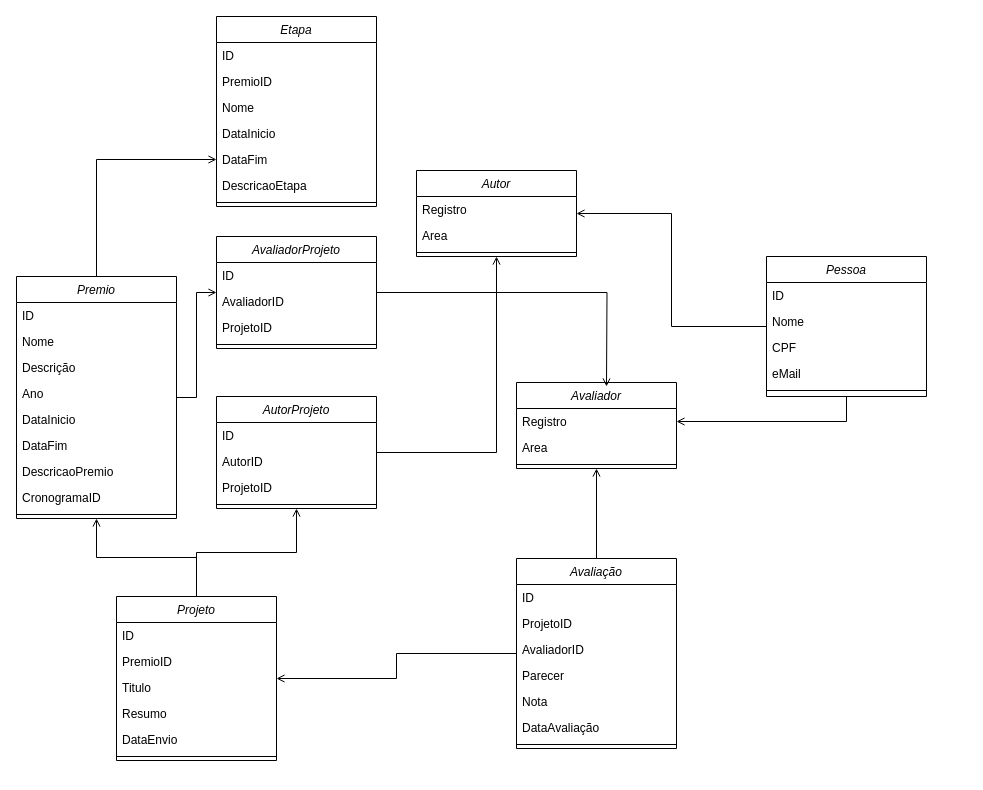
Above: docs/diagrama-de-classe.drawio in CharlesAnjos/SIPA-Backend (draw.io), before the change. Source tidied: cells renumbered, new cells numbered last; positions are measured from the earlier drawing's top-left corner, leaving out a move shared by most shapes. Both pictures are drawn from the tidied source at 100%, with x=0, y=0 at pixel (16, 16).
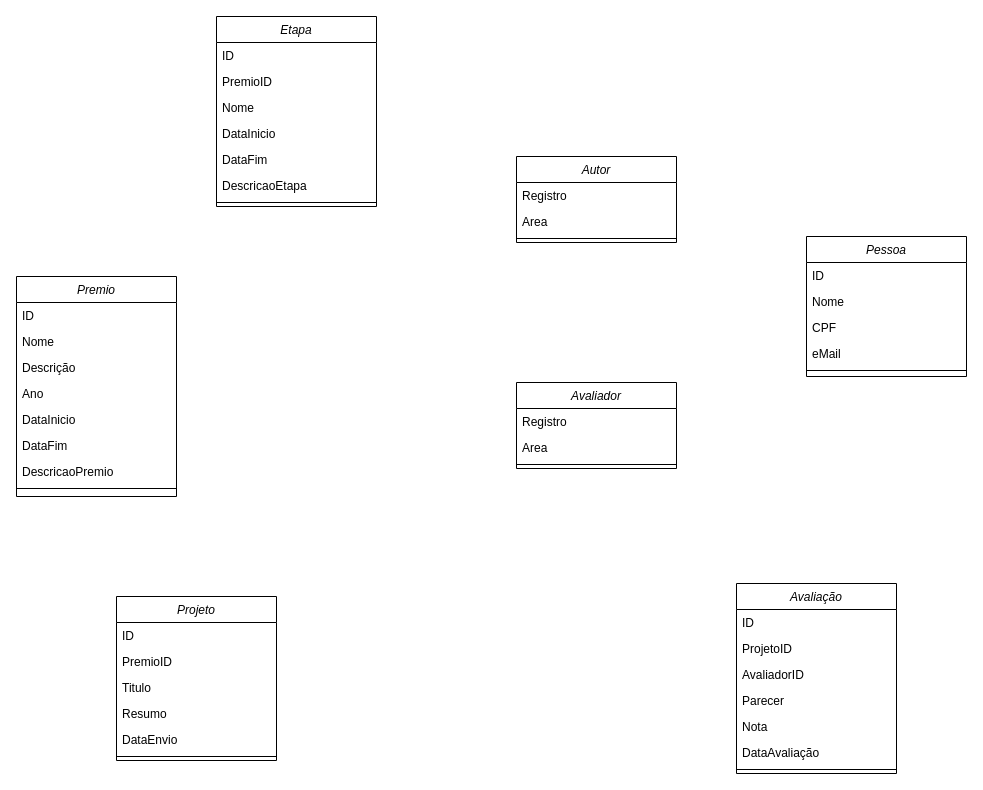
The same page after the edit.

The change refers to these unchanged cells:
```xml
<mxCell id="19" value="DataFim" style="text;align=left;verticalAlign=top;spacingLeft=4;spacingRight=4;overflow=hidden;points=[[0,0.5],[1,0.5]];portConstraint=eastwest;rounded=0;shadow=0;html=0;" parent="14" vertex="1">
  <mxGeometry y="130" width="160" height="26" as="geometry" />
</mxCell>
<mxCell id="34" value="Avaliador" style="swimlane;fontStyle=2;align=center;verticalAlign=top;horizontal=1;startSize=26;rounded=0;shadow=0;strokeWidth=1;" parent="1" vertex="1">
  <mxGeometry x="500" y="366" width="160" height="86" as="geometry" />
</mxCell>
<mxCell id="35" value="Registro" style="text;align=left;verticalAlign=top;spacingLeft=4;spacingRight=4;overflow=hidden;points=[[0,0.5],[1,0.5]];portConstraint=eastwest;rounded=0;shadow=0;html=0;" parent="34" vertex="1">
  <mxGeometry y="26" width="160" height="26" as="geometry" />
</mxCell>
<mxCell id="46" value="Projeto" style="swimlane;fontStyle=2;align=center;verticalAlign=top;horizontal=1;startSize=26;rounded=0;shadow=0;strokeWidth=1;" parent="1" vertex="1">
  <mxGeometry x="100" y="580" width="160" height="164" as="geometry" />
</mxCell>
```

What changed in the source:
```diff
@@
-    <mxCell id="2" style="edgeStyle=orthogonalEdgeStyle;rounded=0;jettySize=auto;html=1;endArrow=open;endFill=0;" parent="1" edge="1" source="4" target="19">
-      <mxGeometry relative="1" as="geometry" />
-    </mxCell>
-    <mxCell id="3" style="edgeStyle=orthogonalEdgeStyle;rounded=0;jettySize=auto;html=1;endArrow=open;endFill=0;" parent="1" edge="1" source="4" target="39">
-      <mxGeometry relative="1" as="geometry" />
-    </mxCell>
     <mxCell id="4" value="Premio" style="swimlane;fontStyle=2;align=center;verticalAlign=top;horizontal=1;startSize=26;rounded=0;shadow=0;strokeWidth=1;" parent="1" vertex="1">
-      <mxGeometry y="260" width="160" height="242" as="geometry" />
+      <mxGeometry y="260" width="160" height="220" as="geometry" />
     </mxCell>
@@
-    <mxCell id="12" value="CronogramaID" style="text;align=left;verticalAlign=top;spacingLeft=4;spacingRight=4;overflow=hidden;rounded=0;shadow=0;html=0;" parent="4" vertex="1">
-      <mxGeometry y="208" width="160" height="26" as="geometry" />
-    </mxCell>
     <mxCell id="13" style="line;html=1;strokeWidth=1;align=left;verticalAlign=middle;spacingTop=-1;spacingLeft=3;spacingRight=3;labelPosition=right;" parent="4" vertex="1">
-      <mxGeometry y="234" width="160" height="8" as="geometry" />
+      <mxGeometry y="208" width="160" height="8" as="geometry" />
     </mxCell>
@@
-    <mxCell id="22" style="edgeStyle=orthogonalEdgeStyle;rounded=0;jettySize=auto;html=1;endArrow=open;endFill=0;" parent="1" edge="1" source="24" target="30">
-      <mxGeometry relative="1" as="geometry" />
-    </mxCell>
-    <mxCell id="23" style="edgeStyle=orthogonalEdgeStyle;rounded=0;jettySize=auto;html=1;endArrow=open;endFill=0;entryX=1;entryY=0.5;entryDx=0;entryDy=0;" parent="1" edge="1" source="24" target="35">
-      <mxGeometry relative="1" as="geometry" />
-    </mxCell>
     <mxCell id="24" value="Pessoa" style="swimlane;fontStyle=2;align=center;verticalAlign=top;horizontal=1;startSize=26;rounded=0;shadow=0;strokeWidth=1;" parent="1" vertex="1">
-      <mxGeometry x="750" y="240" width="160" height="140" as="geometry" />
+      <mxGeometry x="790" y="220" width="160" height="140" as="geometry" />
     </mxCell>
@@
     <mxCell id="30" value="Autor" style="swimlane;fontStyle=2;align=center;verticalAlign=top;horizontal=1;startSize=26;rounded=0;shadow=0;strokeWidth=1;" parent="1" vertex="1">
-      <mxGeometry x="400" y="154" width="160" height="86" as="geometry" />
+      <mxGeometry x="500" y="140" width="160" height="86" as="geometry" />
     </mxCell>
@@
-    <mxCell id="38" style="edgeStyle=orthogonalEdgeStyle;rounded=0;jettySize=auto;html=1;endArrow=open;endFill=0;" parent="1" edge="1" source="39">
-      <mxGeometry relative="1" as="geometry">
-        <mxPoint x="590" y="370" as="targetPoint" />
-      </mxGeometry>
-    </mxCell>
-    <mxCell id="39" value="AvaliadorProjeto" style="swimlane;fontStyle=2;align=center;verticalAlign=top;horizontal=1;startSize=26;rounded=0;shadow=0;strokeWidth=1;" parent="1" vertex="1">
-      <mxGeometry x="200" y="220" width="160" height="112" as="geometry" />
-    </mxCell>
-    <mxCell id="40" value="ID" style="text;align=left;verticalAlign=top;spacingLeft=4;spacingRight=4;overflow=hidden;rounded=0;shadow=0;html=0;" parent="39" vertex="1">
-      <mxGeometry y="26" width="160" height="26" as="geometry" />
-    </mxCell>
-    <mxCell id="41" value="AvaliadorID" style="text;align=left;verticalAlign=top;spacingLeft=4;spacingRight=4;overflow=hidden;rounded=0;shadow=0;html=0;" parent="39" vertex="1">
-      <mxGeometry y="52" width="160" height="26" as="geometry" />
-    </mxCell>
-    <mxCell id="42" value="ProjetoID" style="text;align=left;verticalAlign=top;spacingLeft=4;spacingRight=4;overflow=hidden;rounded=0;shadow=0;html=0;" parent="39" vertex="1">
-      <mxGeometry y="78" width="160" height="26" as="geometry" />
-    </mxCell>
-    <mxCell id="43" style="line;html=1;strokeWidth=1;align=left;verticalAlign=middle;spacingTop=-1;spacingLeft=3;spacingRight=3;labelPosition=right;" parent="39" vertex="1">
-      <mxGeometry y="104" width="160" height="8" as="geometry" />
-    </mxCell>
-    <mxCell id="44" style="edgeStyle=orthogonalEdgeStyle;rounded=0;jettySize=auto;html=1;endArrow=open;endFill=0;" parent="1" edge="1" source="46" target="4">
-      <mxGeometry relative="1" as="geometry" />
-    </mxCell>
-    <mxCell id="45" style="edgeStyle=orthogonalEdgeStyle;rounded=0;jettySize=auto;html=1;endArrow=open;endFill=0;" parent="1" edge="1" source="46" target="54">
-      <mxGeometry relative="1" as="geometry" />
-    </mxCell>
@@
-    <mxCell id="53" style="edgeStyle=orthogonalEdgeStyle;rounded=0;jettySize=auto;html=1;endArrow=open;endFill=0;" parent="1" edge="1" source="54" target="30">
-      <mxGeometry relative="1" as="geometry" />
-    </mxCell>
-    <mxCell id="54" value="AutorProjeto" style="swimlane;fontStyle=2;align=center;verticalAlign=top;horizontal=1;startSize=26;rounded=0;shadow=0;strokeWidth=1;" parent="1" vertex="1">
-      <mxGeometry x="200" y="380" width="160" height="112" as="geometry" />
-    </mxCell>
-    <mxCell id="55" value="ID" style="text;align=left;verticalAlign=top;spacingLeft=4;spacingRight=4;overflow=hidden;rounded=0;shadow=0;html=0;" parent="54" vertex="1">
-      <mxGeometry y="26" width="160" height="26" as="geometry" />
-    </mxCell>
-    <mxCell id="56" value="AutorID" style="text;align=left;verticalAlign=top;spacingLeft=4;spacingRight=4;overflow=hidden;rounded=0;shadow=0;html=0;" parent="54" vertex="1">
-      <mxGeometry y="52" width="160" height="26" as="geometry" />
-    </mxCell>
-    <mxCell id="57" value="ProjetoID" style="text;align=left;verticalAlign=top;spacingLeft=4;spacingRight=4;overflow=hidden;rounded=0;shadow=0;html=0;" parent="54" vertex="1">
-      <mxGeometry y="78" width="160" height="26" as="geometry" />
-    </mxCell>
-    <mxCell id="58" style="line;html=1;strokeWidth=1;align=left;verticalAlign=middle;spacingTop=-1;spacingLeft=3;spacingRight=3;labelPosition=right;" parent="54" vertex="1">
-      <mxGeometry y="104" width="160" height="8" as="geometry" />
-    </mxCell>
-    <mxCell id="59" style="edgeStyle=orthogonalEdgeStyle;rounded=0;jettySize=auto;html=1;endArrow=open;endFill=0;" parent="1" edge="1" source="61" target="46">
-      <mxGeometry relative="1" as="geometry" />
-    </mxCell>
-    <mxCell id="60" style="edgeStyle=orthogonalEdgeStyle;rounded=0;jettySize=auto;html=1;endArrow=open;endFill=0;entryX=0.5;entryY=1;entryDx=0;entryDy=0;" parent="1" edge="1" source="61" target="34">
-      <mxGeometry relative="1" as="geometry" />
-    </mxCell>
     <mxCell id="61" value="Avaliação" style="swimlane;fontStyle=2;align=center;verticalAlign=top;horizontal=1;startSize=26;rounded=0;shadow=0;strokeWidth=1;" parent="1" vertex="1">
-      <mxGeometry x="500" y="542" width="160" height="190" as="geometry" />
+      <mxGeometry x="720" y="567" width="160" height="190" as="geometry" />
     </mxCell>
```
